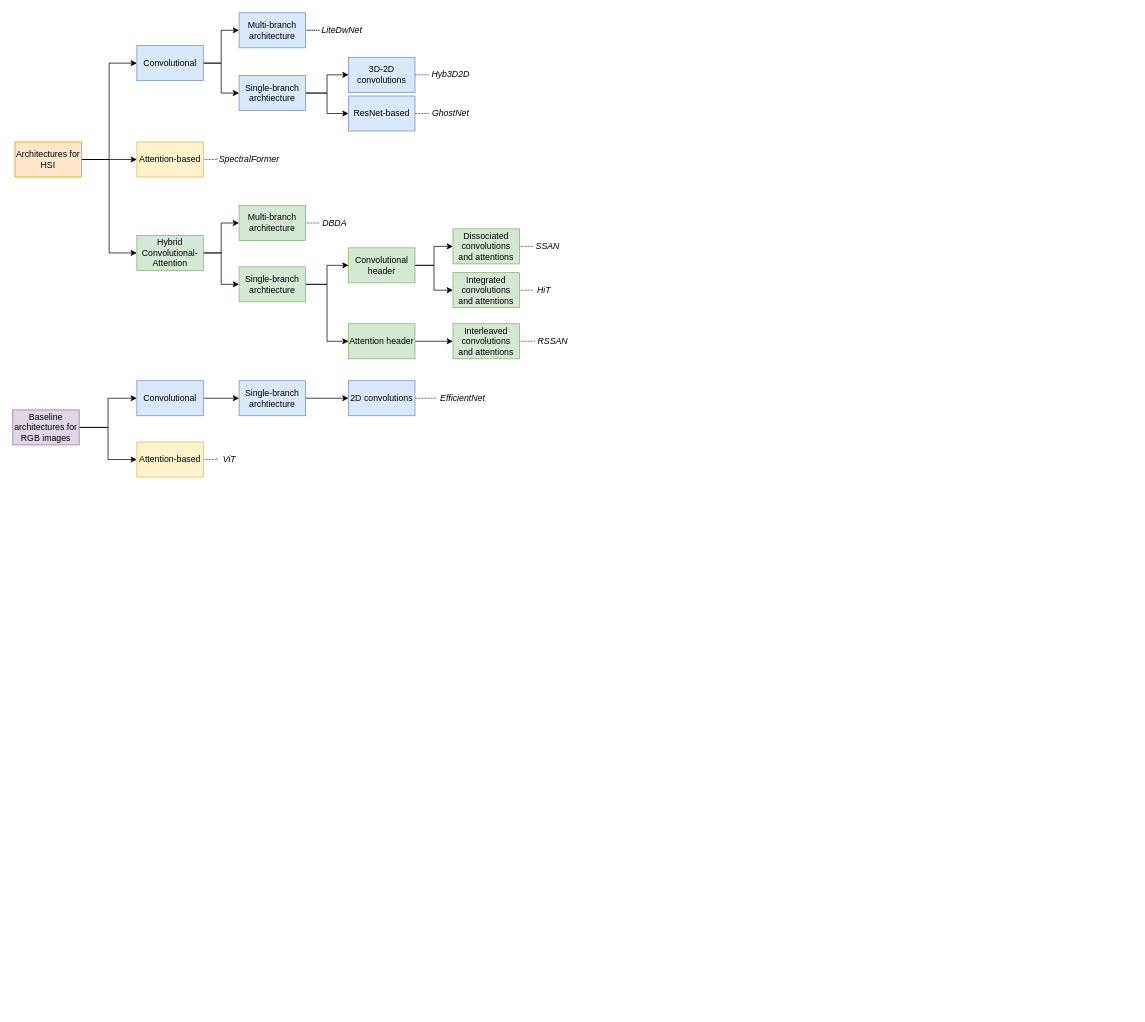
Earlier version of the draw.io diagram plots/drawio/taxonomy.drawio (domenico-rgs/HSIBrain-Benchmark). Source tidied: cells renumbered, new cells numbered last; positions are measured from the earlier drawing's top-left corner, leaving out a move shared by most shapes. Both pictures are drawn from the tidied source at 73%, with x=0, y=0 at pixel (12, 12).
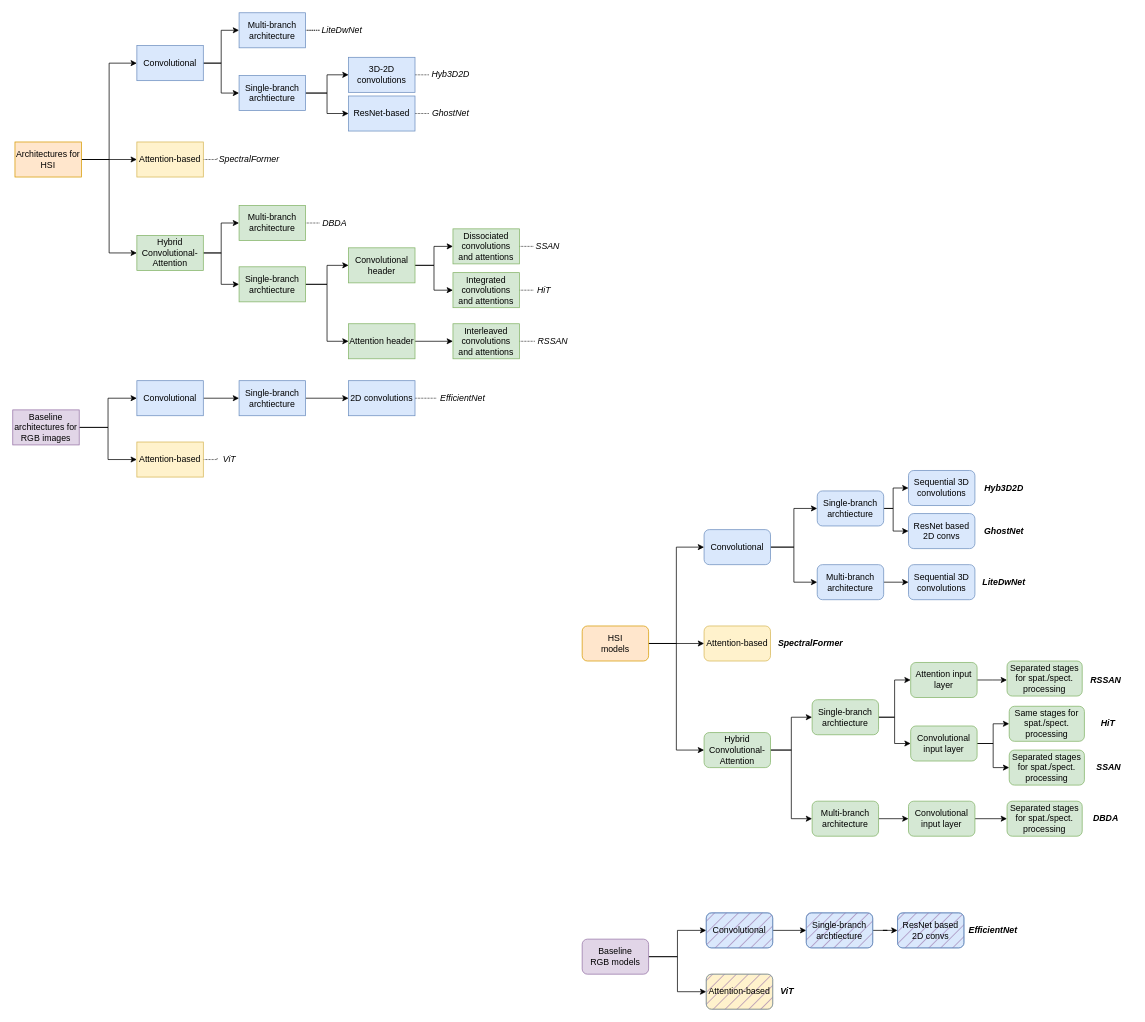
Above is the later version.

The edit, as a diff of the source:
```diff
@@
+    <mxCell id="60" style="edgeStyle=orthogonalEdgeStyle;rounded=0;jettySize=auto;html=1;entryX=0;entryY=0.5;entryDx=0;entryDy=0;" parent="1" edge="1" source="62" target="68">
+      <mxGeometry relative="1" as="geometry">
+        <Array as="points">
+          <mxPoint x="1070" y="732" />
+          <mxPoint x="1070" y="780" />
+        </Array>
+      </mxGeometry>
+    </mxCell>
+    <mxCell id="61" style="edgeStyle=orthogonalEdgeStyle;rounded=0;jettySize=auto;html=1;entryX=0;entryY=0.5;entryDx=0;entryDy=0;" parent="1" edge="1" source="62" target="71">
+      <mxGeometry relative="1" as="geometry" />
+    </mxCell>
+    <mxCell id="62" value="Convolutional" style="rounded=1;whiteSpace=wrap;html=1;fillColor=#dae8fc;strokeColor=#6c8ebf;" parent="1" vertex="1">
+      <mxGeometry x="947" y="708" width="91" height="48" as="geometry" />
+    </mxCell>
+    <mxCell id="63" value="Attention-based" style="rounded=1;whiteSpace=wrap;html=1;fillColor=#fff2cc;strokeColor=#d6b656;" parent="1" vertex="1">
+      <mxGeometry x="947" y="840" width="91" height="48" as="geometry" />
+    </mxCell>
+    <mxCell id="64" style="edgeStyle=orthogonalEdgeStyle;rounded=0;jettySize=auto;html=1;entryX=0;entryY=0.5;entryDx=0;entryDy=0;" parent="1" edge="1" source="66" target="75">
+      <mxGeometry relative="1" as="geometry" />
+    </mxCell>
+    <mxCell id="65" style="edgeStyle=orthogonalEdgeStyle;rounded=0;jettySize=auto;html=1;entryX=0;entryY=0.5;entryDx=0;entryDy=0;" parent="1" edge="1" source="66" target="78">
+      <mxGeometry relative="1" as="geometry" />
+    </mxCell>
+    <mxCell id="66" value="Hybrid Convolutional-Attention" style="rounded=1;whiteSpace=wrap;html=1;fillColor=#d5e8d4;strokeColor=#82b366;" parent="1" vertex="1">
+      <mxGeometry x="947" y="986" width="91" height="48" as="geometry" />
+    </mxCell>
+    <mxCell id="67" style="edgeStyle=orthogonalEdgeStyle;rounded=0;jettySize=auto;html=1;exitX=1;exitY=0.5;exitDx=0;exitDy=0;entryX=0;entryY=0.5;entryDx=0;entryDy=0;" parent="1" edge="1" source="68" target="108">
+      <mxGeometry relative="1" as="geometry" />
+    </mxCell>
+    <mxCell id="68" value="&lt;div&gt;Multi-branch&lt;/div&gt;&lt;div&gt;architecture&lt;/div&gt;" style="rounded=1;whiteSpace=wrap;html=1;fillColor=#dae8fc;strokeColor=#6c8ebf;" parent="1" vertex="1">
+      <mxGeometry x="1102" y="756" width="91" height="48" as="geometry" />
+    </mxCell>
+    <mxCell id="69" style="edgeStyle=orthogonalEdgeStyle;rounded=0;jettySize=auto;html=1;entryX=0;entryY=0.5;entryDx=0;entryDy=0;" parent="1" edge="1" source="71" target="72">
+      <mxGeometry relative="1" as="geometry">
+        <Array as="points">
+          <mxPoint x="1206" y="679" />
+          <mxPoint x="1206" y="651" />
+        </Array>
+      </mxGeometry>
+    </mxCell>
+    <mxCell id="70" style="edgeStyle=orthogonalEdgeStyle;rounded=0;jettySize=auto;html=1;" parent="1" edge="1" source="71" target="73">
+      <mxGeometry relative="1" as="geometry">
+        <Array as="points">
+          <mxPoint x="1206" y="679" />
+          <mxPoint x="1206" y="710" />
+        </Array>
+      </mxGeometry>
+    </mxCell>
+    <mxCell id="71" value="Single-branch archtiecture" style="rounded=1;whiteSpace=wrap;html=1;fillColor=#dae8fc;strokeColor=#6c8ebf;" parent="1" vertex="1">
+      <mxGeometry x="1102" y="655" width="91" height="48" as="geometry" />
+    </mxCell>
+    <mxCell id="72" value="Sequential 3D convolutions" style="rounded=1;whiteSpace=wrap;html=1;fillColor=#dae8fc;strokeColor=#6c8ebf;" parent="1" vertex="1">
+      <mxGeometry x="1227" y="627" width="91" height="48" as="geometry" />
+    </mxCell>
+    <mxCell id="73" value="ResNet based 2D convs" style="rounded=1;whiteSpace=wrap;html=1;fillColor=#dae8fc;strokeColor=#6c8ebf;" parent="1" vertex="1">
+      <mxGeometry x="1227" y="686" width="91" height="48" as="geometry" />
+    </mxCell>
+    <mxCell id="74" style="edgeStyle=orthogonalEdgeStyle;rounded=0;jettySize=auto;html=1;exitX=1;exitY=0.5;exitDx=0;exitDy=0;entryX=0;entryY=0.5;entryDx=0;entryDy=0;" parent="1" edge="1" source="75" target="110">
+      <mxGeometry relative="1" as="geometry" />
+    </mxCell>
+    <mxCell id="75" value="&lt;div&gt;Multi-branch&lt;/div&gt;&lt;div&gt;architecture&lt;/div&gt;" style="rounded=1;whiteSpace=wrap;html=1;fillColor=#d5e8d4;strokeColor=#82b366;" parent="1" vertex="1">
+      <mxGeometry x="1095" y="1080" width="91" height="48" as="geometry" />
+    </mxCell>
+    <mxCell id="76" style="edgeStyle=orthogonalEdgeStyle;rounded=0;jettySize=auto;html=1;exitX=1;exitY=0.5;exitDx=0;exitDy=0;entryX=0;entryY=0.5;entryDx=0;entryDy=0;" parent="1" edge="1" source="78" target="83">
+      <mxGeometry relative="1" as="geometry" />
+    </mxCell>
+    <mxCell id="77" style="edgeStyle=orthogonalEdgeStyle;rounded=0;jettySize=auto;html=1;exitX=1;exitY=0.5;exitDx=0;exitDy=0;entryX=0;entryY=0.5;entryDx=0;entryDy=0;" parent="1" edge="1" source="78" target="81">
+      <mxGeometry relative="1" as="geometry" />
+    </mxCell>
+    <mxCell id="78" value="Single-branch archtiecture" style="rounded=1;whiteSpace=wrap;html=1;fillColor=#d5e8d4;strokeColor=#82b366;" parent="1" vertex="1">
+      <mxGeometry x="1095" y="941" width="91" height="48" as="geometry" />
+    </mxCell>
+    <mxCell id="79" style="edgeStyle=orthogonalEdgeStyle;rounded=0;jettySize=auto;html=1;exitX=1;exitY=0.5;exitDx=0;exitDy=0;" parent="1" edge="1" source="81" target="84">
+      <mxGeometry relative="1" as="geometry" />
+    </mxCell>
+    <mxCell id="80" style="edgeStyle=orthogonalEdgeStyle;rounded=0;jettySize=auto;html=1;exitX=1;exitY=0.5;exitDx=0;exitDy=0;entryX=0;entryY=0.5;entryDx=0;entryDy=0;" parent="1" edge="1" source="81" target="116">
+      <mxGeometry relative="1" as="geometry" />
+    </mxCell>
+    <mxCell id="81" value="Convolutional input layer" style="rounded=1;whiteSpace=wrap;html=1;fillColor=#d5e8d4;strokeColor=#82b366;" parent="1" vertex="1">
+      <mxGeometry x="1230" y="977" width="91" height="48" as="geometry" />
+    </mxCell>
+    <mxCell id="82" style="edgeStyle=orthogonalEdgeStyle;rounded=0;jettySize=auto;html=1;entryX=0;entryY=0.5;entryDx=0;entryDy=0;" parent="1" edge="1" source="83">
+      <mxGeometry relative="1" as="geometry">
+        <mxPoint x="1362" y="914" as="targetPoint" />
+      </mxGeometry>
+    </mxCell>
+    <mxCell id="83" value="Attention input layer" style="rounded=1;whiteSpace=wrap;html=1;fillColor=#d5e8d4;strokeColor=#82b366;" parent="1" vertex="1">
+      <mxGeometry x="1230" y="890" width="91" height="48" as="geometry" />
+    </mxCell>
+    <mxCell id="84" value="Same stages for spat./spect. processing" style="rounded=1;whiteSpace=wrap;html=1;fillColor=#d5e8d4;strokeColor=#82b366;" parent="1" vertex="1">
+      <mxGeometry x="1365" y="950" width="103" height="48" as="geometry" />
+    </mxCell>
+    <mxCell id="85" value="&lt;i&gt;&lt;b&gt;LiteDwNet&lt;/b&gt;&lt;/i&gt;" style="text;html=1;align=center;verticalAlign=middle;whiteSpace=wrap;rounded=0;" parent="1" vertex="1">
+      <mxGeometry x="1318" y="765" width="80" height="30" as="geometry" />
+    </mxCell>
+    <mxCell id="86" value="&lt;i&gt;&lt;b&gt;Hyb3D2D&lt;/b&gt;&lt;/i&gt;" style="text;html=1;align=center;verticalAlign=middle;whiteSpace=wrap;rounded=0;" parent="1" vertex="1">
+      <mxGeometry x="1318" y="636" width="80" height="30" as="geometry" />
+    </mxCell>
+    <mxCell id="87" value="&lt;i&gt;&lt;b&gt;GhostNet&lt;/b&gt;&lt;/i&gt;" style="text;html=1;align=center;verticalAlign=middle;whiteSpace=wrap;rounded=0;" parent="1" vertex="1">
+      <mxGeometry x="1318" y="695" width="80" height="30" as="geometry" />
+    </mxCell>
+    <mxCell id="88" value="&lt;i&gt;&lt;b&gt;SpectralFormer&lt;/b&gt;&lt;/i&gt;" style="text;html=1;align=center;verticalAlign=middle;whiteSpace=wrap;rounded=0;" parent="1" vertex="1">
+      <mxGeometry x="1038" y="849" width="110" height="30" as="geometry" />
+    </mxCell>
+    <mxCell id="89" value="&lt;i&gt;&lt;b&gt;DBDA&lt;/b&gt;&lt;/i&gt;" style="text;html=1;align=center;verticalAlign=middle;whiteSpace=wrap;rounded=0;" parent="1" vertex="1">
+      <mxGeometry x="1465" y="1089" width="65" height="30" as="geometry" />
+    </mxCell>
+    <mxCell id="90" value="&lt;i&gt;&lt;b&gt;SSAN&lt;/b&gt;&lt;/i&gt;" style="text;html=1;align=center;verticalAlign=middle;whiteSpace=wrap;rounded=0;" parent="1" vertex="1">
+      <mxGeometry x="1469" y="1019" width="65" height="30" as="geometry" />
+    </mxCell>
+    <mxCell id="91" value="&lt;i&gt;&lt;b&gt;HiT&lt;/b&gt;&lt;/i&gt;" style="text;html=1;align=center;verticalAlign=middle;whiteSpace=wrap;rounded=0;" parent="1" vertex="1">
+      <mxGeometry x="1468" y="959" width="65" height="30" as="geometry" />
+    </mxCell>
+    <mxCell id="92" value="&lt;i&gt;&lt;b&gt;RSSAN&lt;/b&gt;&lt;/i&gt;" style="text;html=1;align=center;verticalAlign=middle;whiteSpace=wrap;rounded=0;" parent="1" vertex="1">
+      <mxGeometry x="1465" y="899" width="65" height="30" as="geometry" />
+    </mxCell>
+    <mxCell id="93" style="edgeStyle=orthogonalEdgeStyle;rounded=0;jettySize=auto;html=1;entryX=0;entryY=0.5;entryDx=0;entryDy=0;" parent="1" edge="1" source="96" target="62">
+      <mxGeometry relative="1" as="geometry" />
+    </mxCell>
+    <mxCell id="94" style="edgeStyle=orthogonalEdgeStyle;rounded=0;jettySize=auto;html=1;entryX=0;entryY=0.5;entryDx=0;entryDy=0;" parent="1" edge="1" source="96" target="63">
+      <mxGeometry relative="1" as="geometry" />
+    </mxCell>
+    <mxCell id="95" style="edgeStyle=orthogonalEdgeStyle;rounded=0;jettySize=auto;html=1;entryX=0;entryY=0.5;entryDx=0;entryDy=0;" parent="1" edge="1" source="96" target="66">
+      <mxGeometry relative="1" as="geometry" />
+    </mxCell>
+    <mxCell id="96" value="HSI&lt;br&gt;models" style="rounded=1;whiteSpace=wrap;html=1;fillColor=#ffe6cc;strokeColor=#d79b00;gradientColor=none;gradientDirection=north;glass=0;shadow=0;" parent="1" vertex="1">
+      <mxGeometry x="780" y="840" width="91" height="48" as="geometry" />
+    </mxCell>
+    <mxCell id="97" style="edgeStyle=orthogonalEdgeStyle;rounded=0;jettySize=auto;html=1;entryX=0;entryY=0.5;entryDx=0;entryDy=0;" parent="1" edge="1" source="99" target="101">
+      <mxGeometry relative="1" as="geometry" />
+    </mxCell>
+    <mxCell id="98" style="edgeStyle=orthogonalEdgeStyle;rounded=0;jettySize=auto;html=1;entryX=0;entryY=0.5;entryDx=0;entryDy=0;" parent="1" edge="1" source="99" target="102">
+      <mxGeometry relative="1" as="geometry" />
+    </mxCell>
+    <mxCell id="99" value="Baseline&lt;br&gt;RGB models" style="rounded=1;whiteSpace=wrap;html=1;fillColor=#e1d5e7;strokeColor=#9673a6;gradientDirection=north;glass=0;shadow=0;" parent="1" vertex="1">
+      <mxGeometry x="780" y="1269" width="91" height="48" as="geometry" />
+    </mxCell>
+    <mxCell id="100" style="edgeStyle=orthogonalEdgeStyle;rounded=0;jettySize=auto;html=1;" parent="1" edge="1" source="101" target="105">
+      <mxGeometry relative="1" as="geometry" />
+    </mxCell>
+    <mxCell id="101" style="rounded=1;whiteSpace=wrap;html=1;fillColor=#dae8fc;strokeColor=#6c8ebf;" parent="1" vertex="1">
+      <mxGeometry x="950" y="1233" width="91" height="48" as="geometry" />
+    </mxCell>
+    <mxCell id="102" style="rounded=1;whiteSpace=wrap;html=1;fillColor=#fff2cc;strokeColor=#d6b656;" parent="1" vertex="1">
+      <mxGeometry x="950" y="1317" width="91" height="48" as="geometry" />
+    </mxCell>
+    <mxCell id="103" value="&lt;i&gt;&lt;b&gt;ViT&lt;/b&gt;&lt;/i&gt;" style="text;html=1;align=center;verticalAlign=middle;whiteSpace=wrap;rounded=0;" parent="1" vertex="1">
+      <mxGeometry x="1041" y="1326" width="40" height="30" as="geometry" />
+    </mxCell>
+    <mxCell id="104" style="edgeStyle=orthogonalEdgeStyle;rounded=0;jettySize=auto;html=1;" parent="1" edge="1" source="105" target="107">
+      <mxGeometry relative="1" as="geometry" />
+    </mxCell>
+    <mxCell id="105" style="rounded=1;whiteSpace=wrap;html=1;fillColor=#dae8fc;strokeColor=#6c8ebf;" parent="1" vertex="1">
+      <mxGeometry x="1087" y="1233" width="91" height="48" as="geometry" />
+    </mxCell>
+    <mxCell id="106" value="&lt;i&gt;&lt;b&gt;EfficientNet&lt;/b&gt;&lt;/i&gt;" style="text;html=1;align=center;verticalAlign=middle;whiteSpace=wrap;rounded=0;" parent="1" vertex="1">
+      <mxGeometry x="1303" y="1242" width="80" height="30" as="geometry" />
+    </mxCell>
+    <mxCell id="107" style="rounded=1;whiteSpace=wrap;html=1;fillColor=#dae8fc;strokeColor=#6c8ebf;" parent="1" vertex="1">
+      <mxGeometry x="1212" y="1233" width="91" height="48" as="geometry" />
+    </mxCell>
+    <mxCell id="108" value="Sequential 3D convolutions" style="rounded=1;whiteSpace=wrap;html=1;fillColor=#dae8fc;strokeColor=#6c8ebf;" parent="1" vertex="1">
+      <mxGeometry x="1227" y="756" width="91" height="48" as="geometry" />
+    </mxCell>
+    <mxCell id="109" style="edgeStyle=orthogonalEdgeStyle;rounded=0;jettySize=auto;html=1;exitX=1;exitY=0.5;exitDx=0;exitDy=0;entryX=0;entryY=0.5;entryDx=0;entryDy=0;" parent="1" edge="1" source="110" target="115">
+      <mxGeometry relative="1" as="geometry" />
+    </mxCell>
+    <mxCell id="110" value="Convolutional input layer" style="rounded=1;whiteSpace=wrap;html=1;fillColor=#d5e8d4;strokeColor=#82b366;" parent="1" vertex="1">
+      <mxGeometry x="1227" y="1080" width="91" height="48" as="geometry" />
+    </mxCell>
+    <mxCell id="111" value="Attention-based" style="rounded=1;whiteSpace=wrap;html=1;fillColor=#9770A7;strokeColor=#6c8ebf;fillStyle=hatch;gradientColor=none;" parent="1" vertex="1">
+      <mxGeometry x="950" y="1317" width="91" height="48" as="geometry" />
+    </mxCell>
+    <mxCell id="112" value="Convolutional" style="rounded=1;whiteSpace=wrap;html=1;fillColor=#9770A7;strokeColor=#6c8ebf;fillStyle=hatch;gradientColor=none;" parent="1" vertex="1">
+      <mxGeometry x="950" y="1233" width="91" height="48" as="geometry" />
+    </mxCell>
+    <mxCell id="113" value="Single-branch archtiecture" style="rounded=1;whiteSpace=wrap;html=1;fillColor=#9770A7;strokeColor=#6c8ebf;fillStyle=hatch;gradientColor=none;" parent="1" vertex="1">
+      <mxGeometry x="1087" y="1233" width="91" height="48" as="geometry" />
+    </mxCell>
+    <mxCell id="114" value="ResNet based 2D convs" style="rounded=1;whiteSpace=wrap;html=1;fillColor=#9770A7;strokeColor=#6c8ebf;fillStyle=hatch;gradientColor=none;" parent="1" vertex="1">
+      <mxGeometry x="1212" y="1233" width="91" height="48" as="geometry" />
+    </mxCell>
+    <mxCell id="115" value="Separated stages for spat./spect. processing" style="rounded=1;whiteSpace=wrap;html=1;fillColor=#d5e8d4;strokeColor=#82b366;" parent="1" vertex="1">
+      <mxGeometry x="1362" y="1080" width="103" height="48" as="geometry" />
+    </mxCell>
+    <mxCell id="116" value="Separated stages for spat./spect. processing" style="rounded=1;whiteSpace=wrap;html=1;fillColor=#d5e8d4;strokeColor=#82b366;" parent="1" vertex="1">
+      <mxGeometry x="1365" y="1010" width="103" height="48" as="geometry" />
+    </mxCell>
+    <mxCell id="117" value="Separated stages for spat./spect. processing" style="rounded=1;whiteSpace=wrap;html=1;fillColor=#d5e8d4;strokeColor=#82b366;" parent="1" vertex="1">
+      <mxGeometry x="1362" y="888" width="103" height="48" as="geometry" />
+    </mxCell>
```
